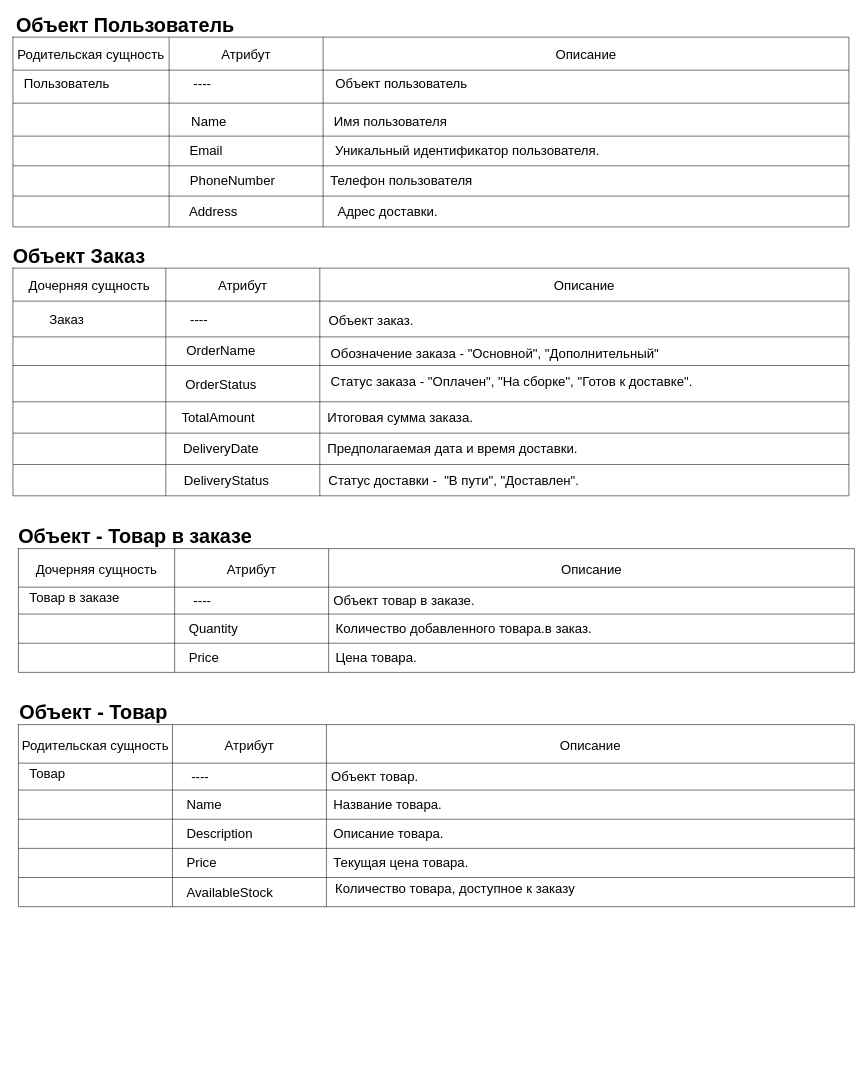
Before: Pyatkova_Anastasiya/DataModel.drawio in abdullahproff/BSA21_1, a draw.io diagram. Source tidied: cells renumbered, new cells numbered last; positions are measured from the earlier drawing's top-left corner, leaving out a move shared by most shapes. Both pictures are drawn from the tidied source at 55%, with x=0, y=0 at pixel (9, 9).
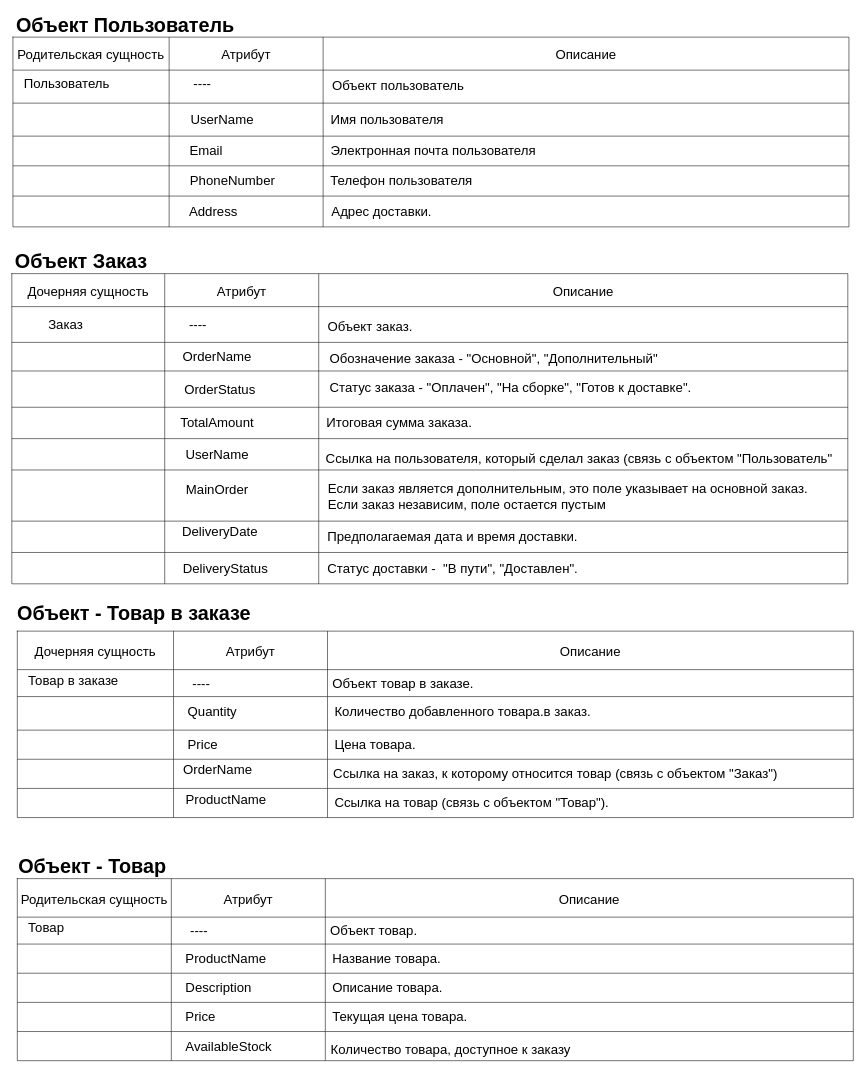
After the change.

Unchanged cells that the change refers to:
```xml
<mxCell id="12" style="swimlane;swimlaneHead=0;swimlaneBody=0;fontStyle=0;strokeColor=inherit;fillColor=none;startSize=0;fontSize=24;" parent="10" vertex="1">
  <mxGeometry x="278" width="280" height="52" as="geometry" />
</mxCell>
<mxCell id="69" value="Описание" style="swimlane;swimlaneHead=0;swimlaneBody=0;fontStyle=0;strokeColor=inherit;fillColor=none;startSize=60;fontSize=24;" parent="64" vertex="1">
  <mxGeometry x="564" width="956" height="120" as="geometry" />
</mxCell>
<mxCell id="73" style="swimlane;swimlaneHead=0;swimlaneBody=0;fontStyle=0;strokeColor=inherit;fillColor=none;startSize=0;fontSize=24;" parent="71" vertex="1">
  <mxGeometry x="284" width="280" height="60" as="geometry" />
</mxCell>
<mxCell id="75" style="swimlane;swimlaneHead=0;swimlaneBody=0;fontStyle=0;strokeColor=inherit;fillColor=none;startSize=0;fontSize=24;" parent="71" vertex="1">
  <mxGeometry x="564" width="956" height="60" as="geometry" />
</mxCell>
<mxCell id="81" style="swimlane;swimlaneHead=0;swimlaneBody=0;fontStyle=0;strokeColor=inherit;fillColor=none;startSize=0;fontSize=24;" parent="77" vertex="1">
  <mxGeometry x="564" width="956" height="54" as="geometry" />
</mxCell>
<mxCell id="93" style="swimlane;swimlaneHead=0;swimlaneBody=0;fontStyle=0;strokeColor=inherit;fillColor=none;startSize=0;fontSize=24;" parent="89" vertex="1">
  <mxGeometry x="564" width="956" height="56" as="geometry" />
</mxCell>
<mxCell id="107" style="swimlane;swimlaneHead=0;swimlaneBody=0;fontStyle=0;strokeColor=inherit;fillColor=none;startSize=0;fontSize=24;verticalAlign=middle;align=left;" parent="105" vertex="1">
  <mxGeometry x="280" width="280" height="53" as="geometry" />
</mxCell>
<mxCell id="127" style="swimlane;swimlaneHead=0;swimlaneBody=0;fontStyle=0;strokeColor=inherit;fillColor=none;startSize=0;fontSize=24;verticalAlign=middle;align=left;" parent="123" vertex="1">
  <mxGeometry x="560" width="960" height="53" as="geometry" />
</mxCell>
```

Change to the diagram source:
```diff
@@
     <mxCell id="2" value="Объект Заказ" style="text;strokeColor=none;fillColor=none;spacingLeft=4;spacingRight=4;overflow=hidden;fontSize=36;whiteSpace=wrap;html=1;fontStyle=1;" parent="1" vertex="1">
-      <mxGeometry y="420" width="280" height="60" as="geometry" />
+      <mxGeometry x="4" y="430" width="280" height="60" as="geometry" />
     </mxCell>
     <mxCell id="3" style="shape=table;childLayout=tableLayout;startSize=0;fillColor=none;fontSize=24;" parent="1" vertex="1">
-      <mxGeometry x="6" y="470" width="1520" height="414" as="geometry" />
+      <mxGeometry x="4" y="480" width="1520" height="564" as="geometry" />
     </mxCell>
@@
     <mxCell id="13" value="&lt;span style=&quot;font-size: 24px;&quot;&gt;OrderName&lt;/span&gt;" style="text;html=1;align=center;verticalAlign=middle;strokeColor=none;fillColor=none;fontSize=24;" parent="12" vertex="1">
-      <mxGeometry x="24.5" y="6" width="150" height="40" as="geometry" />
+      <mxGeometry x="19.5" y="6" width="150" height="40" as="geometry" />
     </mxCell>
@@
+    <mxCell id="130" style="shape=tableRow;horizontal=0;swimlaneHead=0;swimlaneBody=0;top=0;left=0;strokeColor=inherit;bottom=0;right=0;fontStyle=0;fillColor=none;startSize=0;fontSize=24;" parent="3" vertex="1">
+      <mxGeometry y="300" width="1520" height="57" as="geometry" />
+    </mxCell>
+    <mxCell id="131" style="swimlane;swimlaneHead=0;swimlaneBody=0;fontStyle=0;strokeColor=inherit;fillColor=none;startSize=0;fontSize=24;" parent="130" vertex="1">
+      <mxGeometry width="278" height="57" as="geometry" />
+    </mxCell>
+    <mxCell id="132" style="swimlane;swimlaneHead=0;swimlaneBody=0;fontStyle=0;strokeColor=inherit;fillColor=none;startSize=0;fontSize=24;" parent="130" vertex="1">
+      <mxGeometry x="278" width="280" height="57" as="geometry" />
+    </mxCell>
+    <mxCell id="133" value="UserName" style="text;html=1;align=center;verticalAlign=middle;strokeColor=none;fillColor=none;fontSize=24;" parent="132" vertex="1">
+      <mxGeometry x="25" y="8.5" width="140" height="40" as="geometry" />
+    </mxCell>
+    <mxCell id="134" style="swimlane;swimlaneHead=0;swimlaneBody=0;fontStyle=0;strokeColor=inherit;fillColor=none;startSize=0;fontSize=24;" parent="130" vertex="1">
+      <mxGeometry x="558" width="962" height="57" as="geometry" />
+    </mxCell>
+    <mxCell id="135" value="&lt;font style=&quot;font-size: 24px;&quot;&gt;Ссылка на пользователя, который сделал заказ (связь с объектом &quot;Пользователь&quot;&lt;/font&gt;" style="text;html=1;align=center;verticalAlign=middle;strokeColor=none;fillColor=none;" parent="134" vertex="1">
+      <mxGeometry x="3" y="17" width="940" height="40" as="geometry" />
+    </mxCell>
     <mxCell id="30" style="shape=tableRow;horizontal=0;swimlaneHead=0;swimlaneBody=0;top=0;left=0;strokeColor=inherit;bottom=0;right=0;fontStyle=0;fillColor=none;startSize=0;fontSize=24;" parent="3" vertex="1">
-      <mxGeometry y="300" width="1520" height="57" as="geometry" />
+      <mxGeometry y="357" width="1520" height="93" as="geometry" />
     </mxCell>
     <mxCell id="31" style="swimlane;swimlaneHead=0;swimlaneBody=0;fontStyle=0;strokeColor=inherit;fillColor=none;startSize=0;fontSize=24;" parent="30" vertex="1">
-      <mxGeometry width="278" height="57" as="geometry" />
+      <mxGeometry width="278" height="93" as="geometry" />
     </mxCell>
     <mxCell id="32" style="swimlane;swimlaneHead=0;swimlaneBody=0;fontStyle=0;strokeColor=inherit;fillColor=none;startSize=0;fontSize=24;" parent="30" vertex="1">
-      <mxGeometry x="278" width="280" height="57" as="geometry" />
+      <mxGeometry x="278" width="280" height="93" as="geometry" />
     </mxCell>
+    <mxCell id="136" value="&lt;font style=&quot;font-size: 24px;&quot;&gt;MainOrder&lt;/font&gt;" style="text;html=1;align=center;verticalAlign=middle;strokeColor=none;fillColor=none;" parent="32" vertex="1">
+      <mxGeometry x="24.5" y="17" width="140" height="40" as="geometry" />
+    </mxCell>
+    <mxCell id="34" style="swimlane;swimlaneHead=0;swimlaneBody=0;fontStyle=0;strokeColor=inherit;fillColor=none;startSize=0;fontSize=24;" parent="30" vertex="1">
+      <mxGeometry x="558" width="962" height="93" as="geometry" />
+    </mxCell>
+    <mxCell id="137" value="&lt;font style=&quot;font-size: 24px;&quot;&gt;Если заказ является дополнительным, это поле указывает на основной заказ.&amp;nbsp;&lt;/font&gt;&lt;div style=&quot;text-align: left;&quot;&gt;&lt;font style=&quot;font-size: 24px;&quot;&gt;Если заказ независим, поле остается пустым&lt;/font&gt;&lt;/div&gt;" style="text;html=1;align=center;verticalAlign=middle;strokeColor=none;fillColor=none;" parent="34" vertex="1">
+      <mxGeometry x="6" y="13" width="900" height="70" as="geometry" />
+    </mxCell>
+    <mxCell id="138" style="shape=tableRow;horizontal=0;swimlaneHead=0;swimlaneBody=0;top=0;left=0;strokeColor=inherit;bottom=0;right=0;fontStyle=0;fillColor=none;startSize=0;fontSize=24;" parent="3" vertex="1">
+      <mxGeometry y="450" width="1520" height="57" as="geometry" />
+    </mxCell>
+    <mxCell id="139" style="swimlane;swimlaneHead=0;swimlaneBody=0;fontStyle=0;strokeColor=inherit;fillColor=none;startSize=0;fontSize=24;" parent="138" vertex="1">
+      <mxGeometry width="278" height="57" as="geometry" />
+    </mxCell>
+    <mxCell id="140" style="swimlane;swimlaneHead=0;swimlaneBody=0;fontStyle=0;strokeColor=inherit;fillColor=none;startSize=0;fontSize=24;" parent="138" vertex="1">
+      <mxGeometry x="278" width="280" height="57" as="geometry" />
+    </mxCell>
-    <mxCell id="33" value="&lt;span style=&quot;font-size: 24px; line-height: 107%;&quot;&gt;DeliveryDate&lt;/span&gt;" style="text;html=1;align=center;verticalAlign=middle;strokeColor=none;fillColor=none;fontSize=24;" parent="32" vertex="1">
-      <mxGeometry x="20" y="8.5" width="160" height="40" as="geometry" />
+    <mxCell id="33" value="&lt;span style=&quot;font-size: 24px; line-height: 107%;&quot;&gt;DeliveryDate&lt;/span&gt;" style="text;html=1;align=center;verticalAlign=middle;strokeColor=none;fillColor=none;fontSize=24;" parent="140" vertex="1">
+      <mxGeometry x="20" width="160" height="40" as="geometry" />
     </mxCell>
-    <mxCell id="34" style="swimlane;swimlaneHead=0;swimlaneBody=0;fontStyle=0;strokeColor=inherit;fillColor=none;startSize=0;fontSize=24;" parent="30" vertex="1">
-      <mxGeometry x="558" width="962" height="57" as="geometry" />
-    </mxCell>
+    <mxCell id="141" style="swimlane;swimlaneHead=0;swimlaneBody=0;fontStyle=0;strokeColor=inherit;fillColor=none;startSize=0;fontSize=24;" parent="138" vertex="1">
+      <mxGeometry x="558" width="962" height="57" as="geometry" />
+    </mxCell>
-    <mxCell id="35" value="Предполагаемая дата и время доставки." style="text;html=1;align=center;verticalAlign=middle;strokeColor=none;fillColor=none;fontSize=24;" parent="34" vertex="1">
-      <mxGeometry x="1" y="8.5" width="480" height="40" as="geometry" />
+    <mxCell id="35" value="Предполагаемая дата и время доставки." style="text;html=1;align=center;verticalAlign=middle;strokeColor=none;fillColor=none;fontSize=24;" parent="141" vertex="1">
+      <mxGeometry x="3" y="8.5" width="480" height="40" as="geometry" />
     </mxCell>
     <mxCell id="36" style="shape=tableRow;horizontal=0;swimlaneHead=0;swimlaneBody=0;top=0;left=0;strokeColor=inherit;bottom=0;right=0;fontStyle=0;fillColor=none;startSize=0;fontSize=24;" parent="3" vertex="1">
-      <mxGeometry y="357" width="1520" height="57" as="geometry" />
+      <mxGeometry y="507" width="1520" height="57" as="geometry" />
     </mxCell>
@@
     <mxCell id="42" value="Объект - Товар в заказе" style="text;strokeColor=none;fillColor=none;spacingLeft=4;spacingRight=4;overflow=hidden;fontSize=36;whiteSpace=wrap;html=1;fontStyle=1;" parent="1" vertex="1">
-      <mxGeometry x="10" y="930" width="710" height="70" as="geometry" />
+      <mxGeometry x="8" y="1070" width="710" height="70" as="geometry" />
     </mxCell>
     <mxCell id="43" style="shape=table;childLayout=tableLayout;startSize=0;fillColor=none;fontSize=17;" parent="1" vertex="1">
-      <mxGeometry x="16" y="980" width="1520" height="225" as="geometry" />
+      <mxGeometry x="14" y="1130" width="1520" height="339" as="geometry" />
     </mxCell>
@@
     <mxCell id="51" style="shape=tableRow;horizontal=0;swimlaneHead=0;swimlaneBody=0;top=0;left=0;strokeColor=inherit;bottom=0;right=0;fontStyle=0;fillColor=none;startSize=0;fontSize=24;verticalAlign=middle;align=left;" parent="43" vertex="1">
-      <mxGeometry y="119" width="1520" height="53" as="geometry" />
+      <mxGeometry y="119" width="1520" height="61" as="geometry" />
     </mxCell>
     <mxCell id="52" style="swimlane;swimlaneHead=0;swimlaneBody=0;fontStyle=0;strokeColor=inherit;fillColor=none;startSize=0;fontSize=24;verticalAlign=middle;align=left;" parent="51" vertex="1">
-      <mxGeometry width="284" height="53" as="geometry" />
+      <mxGeometry width="284" height="61" as="geometry" />
     </mxCell>
     <mxCell id="53" style="swimlane;swimlaneHead=0;swimlaneBody=0;fontStyle=0;strokeColor=inherit;fillColor=none;startSize=0;fontSize=24;verticalAlign=middle;align=left;" parent="51" vertex="1">
-      <mxGeometry x="284" width="280" height="53" as="geometry" />
+      <mxGeometry x="284" width="280" height="61" as="geometry" />
     </mxCell>
@@
     <mxCell id="55" style="swimlane;swimlaneHead=0;swimlaneBody=0;fontStyle=0;strokeColor=inherit;fillColor=none;startSize=0;fontSize=24;verticalAlign=middle;align=left;" parent="51" vertex="1">
-      <mxGeometry x="564" width="956" height="53" as="geometry" />
+      <mxGeometry x="564" width="956" height="61" as="geometry" />
     </mxCell>
@@
     <mxCell id="57" style="shape=tableRow;horizontal=0;swimlaneHead=0;swimlaneBody=0;top=0;left=0;strokeColor=inherit;bottom=0;right=0;fontStyle=0;fillColor=none;startSize=0;fontSize=24;verticalAlign=middle;align=left;" parent="43" vertex="1">
-      <mxGeometry y="172" width="1520" height="53" as="geometry" />
+      <mxGeometry y="180" width="1520" height="53" as="geometry" />
     </mxCell>
@@
+    <mxCell id="142" style="shape=tableRow;horizontal=0;swimlaneHead=0;swimlaneBody=0;top=0;left=0;strokeColor=inherit;bottom=0;right=0;fontStyle=0;fillColor=none;startSize=0;fontSize=24;verticalAlign=middle;align=left;" parent="43" vertex="1">
+      <mxGeometry y="233" width="1520" height="53" as="geometry" />
+    </mxCell>
+    <mxCell id="143" style="swimlane;swimlaneHead=0;swimlaneBody=0;fontStyle=0;strokeColor=inherit;fillColor=none;startSize=0;fontSize=24;verticalAlign=middle;align=left;" parent="142" vertex="1">
+      <mxGeometry width="284" height="53" as="geometry" />
+    </mxCell>
+    <mxCell id="144" style="swimlane;swimlaneHead=0;swimlaneBody=0;fontStyle=0;strokeColor=inherit;fillColor=none;startSize=0;fontSize=24;verticalAlign=middle;align=left;" parent="142" vertex="1">
+      <mxGeometry x="284" width="280" height="53" as="geometry" />
+    </mxCell>
+    <mxCell id="145" value="&lt;font style=&quot;font-size: 24px;&quot;&gt;OrderName&lt;/font&gt;" style="text;html=1;align=center;verticalAlign=middle;strokeColor=none;fillColor=none;" parent="144" vertex="1">
+      <mxGeometry x="5" width="150" height="40" as="geometry" />
+    </mxCell>
+    <mxCell id="146" style="swimlane;swimlaneHead=0;swimlaneBody=0;fontStyle=0;strokeColor=inherit;fillColor=none;startSize=0;fontSize=24;verticalAlign=middle;align=left;" parent="142" vertex="1">
+      <mxGeometry x="564" width="956" height="53" as="geometry" />
+    </mxCell>
+    <mxCell id="147" value="&lt;font style=&quot;font-size: 24px;&quot;&gt;Ссылка на заказ, к которому относится товар (связь с объектом &quot;Заказ&quot;)&lt;/font&gt;" style="text;html=1;align=center;verticalAlign=middle;strokeColor=none;fillColor=none;" parent="146" vertex="1">
+      <mxGeometry x="-1.5" y="6.5" width="830" height="40" as="geometry" />
+    </mxCell>
+    <mxCell id="148" style="shape=tableRow;horizontal=0;swimlaneHead=0;swimlaneBody=0;top=0;left=0;strokeColor=inherit;bottom=0;right=0;fontStyle=0;fillColor=none;startSize=0;fontSize=24;verticalAlign=middle;align=left;" parent="43" vertex="1">
+      <mxGeometry y="286" width="1520" height="53" as="geometry" />
+    </mxCell>
+    <mxCell id="149" style="swimlane;swimlaneHead=0;swimlaneBody=0;fontStyle=0;strokeColor=inherit;fillColor=none;startSize=0;fontSize=24;verticalAlign=middle;align=left;" parent="148" vertex="1">
+      <mxGeometry width="284" height="53" as="geometry" />
+    </mxCell>
+    <mxCell id="150" style="swimlane;swimlaneHead=0;swimlaneBody=0;fontStyle=0;strokeColor=inherit;fillColor=none;startSize=0;fontSize=24;verticalAlign=middle;align=left;" parent="148" vertex="1">
+      <mxGeometry x="284" width="280" height="53" as="geometry" />
+    </mxCell>
+    <mxCell id="151" value="&lt;font style=&quot;font-size: 24px;&quot;&gt; ProductName&lt;/font&gt;" style="text;html=1;align=center;verticalAlign=middle;strokeColor=none;fillColor=none;" parent="150" vertex="1">
+      <mxGeometry x="10" width="170" height="40" as="geometry" />
+    </mxCell>
+    <mxCell id="152" style="swimlane;swimlaneHead=0;swimlaneBody=0;fontStyle=0;strokeColor=inherit;fillColor=none;startSize=0;fontSize=24;verticalAlign=middle;align=left;" parent="148" vertex="1">
+      <mxGeometry x="564" width="956" height="53" as="geometry" />
+    </mxCell>
+    <mxCell id="153" value="&lt;font style=&quot;font-size: 24px;&quot;&gt;Ссылка на товар (связь с объектом &quot;Товар&quot;).&lt;/font&gt;" style="text;html=1;align=center;verticalAlign=middle;strokeColor=none;fillColor=none;" parent="152" vertex="1">
+      <mxGeometry x="2" y="6.5" width="520" height="40" as="geometry" />
+    </mxCell>
@@
     <mxCell id="70" value="&lt;font style=&quot;font-size: 24px;&quot;&gt;Объект пользователь&lt;/font&gt;" style="text;html=1;align=center;verticalAlign=middle;strokeColor=none;fillColor=none;" parent="69" vertex="1">
-      <mxGeometry x="12" y="65" width="260" height="40" as="geometry" />
+      <mxGeometry x="6" y="68.5" width="260" height="40" as="geometry" />
     </mxCell>
@@
-    <mxCell id="74" value="&lt;span style=&quot;font-size: 24px; line-height: 107%;&quot;&gt;Name&lt;/span&gt;" style="text;html=1;align=center;verticalAlign=middle;strokeColor=none;fillColor=none;fontSize=24;" parent="73" vertex="1">
-      <mxGeometry x="27" y="13.5" width="90" height="40" as="geometry" />
+    <mxCell id="74" value="&lt;span style=&quot;font-size: 24px; line-height: 107%;&quot;&gt;UserName&lt;/span&gt;" style="text;html=1;align=center;verticalAlign=middle;strokeColor=none;fillColor=none;fontSize=24;" parent="73" vertex="1">
+      <mxGeometry x="26" y="10" width="140" height="40" as="geometry" />
     </mxCell>
@@
     <mxCell id="76" value="&lt;p class=&quot;MsoNormal&quot; style=&quot;font-size: 24px; line-height: 120%;&quot;&gt;&lt;span style=&quot;line-height: 107%; font-size: 24px;&quot;&gt;Имя пользователя&lt;/span&gt;&lt;/p&gt;" style="text;html=1;align=left;verticalAlign=middle;strokeColor=none;fillColor=none;fontSize=24;" parent="75" vertex="1">
-      <mxGeometry x="18" y="-11.5" width="230" height="90" as="geometry" />
+      <mxGeometry x="11.5" y="-15" width="230" height="90" as="geometry" />
     </mxCell>
+    <mxCell id="82" value="&lt;p class=&quot;MsoNormal&quot; style=&quot;font-size: 24px;&quot;&gt;Электронная почта пользователя&lt;/p&gt;" style="text;html=1;align=left;verticalAlign=middle;strokeColor=none;fillColor=none;fontSize=24;" parent="75" vertex="1">
+      <mxGeometry x="11.5" y="42" width="400" height="90" as="geometry" />
+    </mxCell>
@@
-    <mxCell id="82" value="&lt;p class=&quot;MsoNormal&quot; style=&quot;font-size: 24px;&quot;&gt;Уникальный идентификатор пользователя.&lt;/p&gt;" style="text;html=1;align=center;verticalAlign=middle;strokeColor=none;fillColor=none;fontSize=24;" parent="81" vertex="1">
-      <mxGeometry x="12" y="-18" width="500" height="90" as="geometry" />
-    </mxCell>
@@
     <mxCell id="94" value="&lt;font style=&quot;font-size: 24px;&quot;&gt;Адрес доставки.&lt;/font&gt;" style="text;html=1;align=center;verticalAlign=middle;strokeColor=none;fillColor=none;" parent="93" vertex="1">
-      <mxGeometry x="12" y="8" width="210" height="40" as="geometry" />
+      <mxGeometry x="1" y="8" width="210" height="40" as="geometry" />
     </mxCell>
     <mxCell id="95" value="Объект Пользователь" style="text;strokeColor=none;fillColor=none;spacingLeft=4;spacingRight=4;overflow=hidden;fontSize=36;whiteSpace=wrap;html=1;fontStyle=1;" parent="1" vertex="1">
-      <mxGeometry x="6" width="420" height="60" as="geometry" />
+      <mxGeometry x="6" width="804" height="60" as="geometry" />
     </mxCell>
     <mxCell id="96" value="&lt;b&gt;Объект - Товар&lt;/b&gt;" style="text;strokeColor=none;fillColor=none;spacingLeft=4;spacingRight=4;overflow=hidden;fontSize=36;whiteSpace=wrap;html=1;" parent="1" vertex="1">
-      <mxGeometry x="12" y="1250" width="710" height="70" as="geometry" />
+      <mxGeometry x="10" y="1530" width="710" height="70" as="geometry" />
     </mxCell>
     <mxCell id="97" style="shape=table;childLayout=tableLayout;startSize=0;fillColor=none;fontSize=17;" parent="1" vertex="1">
-      <mxGeometry x="16" y="1300" width="1520" height="331" as="geometry" />
+      <mxGeometry x="14" y="1580" width="1520" height="331" as="geometry" />
     </mxCell>
@@
-    <mxCell id="108" value="&lt;span style=&quot;font-size: 24px; line-height: 107%;&quot;&gt;Name&lt;/span&gt;" style="text;html=1;align=left;verticalAlign=middle;strokeColor=none;fillColor=none;fontSize=24;" parent="107" vertex="1">
-      <mxGeometry x="24" y="6" width="90" height="40" as="geometry" />
+    <mxCell id="108" value="&lt;span style=&quot;font-size: 24px; line-height: 107%;&quot;&gt; ProductName&lt;/span&gt;" style="text;html=1;align=left;verticalAlign=middle;strokeColor=none;fillColor=none;fontSize=24;" parent="107" vertex="1">
+      <mxGeometry x="24" y="6" width="170" height="40" as="geometry" />
     </mxCell>
@@
     <mxCell id="128" value="Количество товара, доступное к заказу" style="text;html=1;align=left;verticalAlign=middle;points=[];strokeColor=none;fillColor=none;fontSize=24;" parent="127" vertex="1">
-      <mxGeometry x="14" width="460" height="40" as="geometry" />
+      <mxGeometry x="8" y="13" width="460" height="40" as="geometry" />
     </mxCell>
```
